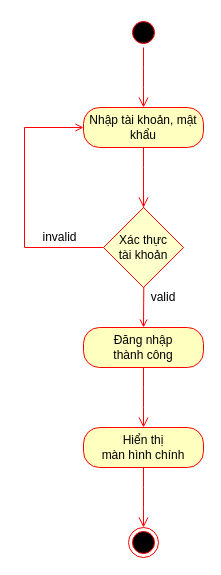
LocalHost127000/OODA keeps this draw.io diagram as page "Đăng nhập" (1 of 3) of PJ 2B Activity Diagram.drawio. Above is the earlier version. Source tidied: cells renumbered, new cells numbered last; positions are measured from the earlier drawing's top-left corner, leaving out a move shared by most shapes. Both pictures are drawn from the tidied source at 100%, with x=0, y=0 at pixel (24, 17).
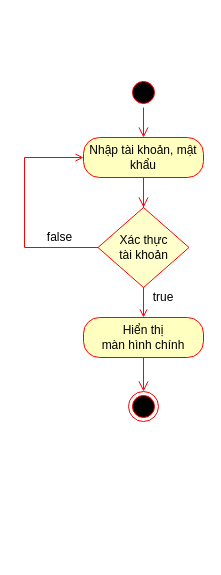
Above is the later version.

The edit, as a diff of the source:
```diff
@@
     <mxCell id="2" style="ellipse;html=1;shape=startState;fillColor=#000000;strokeColor=#ff0000;" parent="1" vertex="1">
-      <mxGeometry x="104" width="30" height="30" as="geometry" />
+      <mxGeometry x="104" y="60" width="30" height="30" as="geometry" />
     </mxCell>
-    <mxCell id="3" style="edgeStyle=orthogonalEdgeStyle;html=1;verticalAlign=bottom;endArrow=open;endSize=8;strokeColor=#ff0000;" parent="1" edge="1" source="2">
-      <mxGeometry relative="1" as="geometry">
-        <mxPoint x="119" y="90" as="targetPoint" />
-      </mxGeometry>
+    <mxCell id="3" style="edgeStyle=orthogonalEdgeStyle;html=1;verticalAlign=bottom;endArrow=open;endSize=8;strokeColor=#ff0000;entryX=0.5;entryY=0;entryDx=0;entryDy=0;" parent="1" edge="1" source="2" target="4">
+      <mxGeometry relative="1" as="geometry" />
     </mxCell>
     <mxCell id="4" value="Nhập tài khoản, mật khẩu" style="rounded=1;whiteSpace=wrap;html=1;arcSize=40;fontColor=#000000;fillColor=#ffffc0;strokeColor=#ff0000;" parent="1" vertex="1">
-      <mxGeometry x="59" y="90" width="120" height="40" as="geometry" />
+      <mxGeometry x="59" y="120" width="120" height="40" as="geometry" />
     </mxCell>
@@
-    <mxCell id="7" style="edgeStyle=orthogonalEdgeStyle;rounded=0;jettySize=auto;html=1;endArrow=open;endFill=0;strokeColor=#FF0000;" parent="1" edge="1" target="10">
+    <mxCell id="7" style="edgeStyle=orthogonalEdgeStyle;rounded=0;orthogonalLoop=1;jettySize=auto;html=1;endArrow=open;endFill=0;strokeColor=#FF0000;" parent="1" edge="1">
       <mxGeometry relative="1" as="geometry">
         <mxPoint x="119" y="170" as="sourcePoint" />
+        <mxPoint x="119" y="300" as="targetPoint" />
       </mxGeometry>
     </mxCell>
     <mxCell id="8" value="&lt;div&gt;Xác thực&lt;/div&gt;&lt;div&gt;tài khoản&lt;/div&gt;" style="rhombus;whiteSpace=wrap;html=1;strokeColor=#FF0000;fillColor=#FFFFCC;" parent="1" vertex="1">
-      <mxGeometry x="79" y="190" width="80" height="80" as="geometry" />
+      <mxGeometry x="73.5" y="190" width="91" height="80" as="geometry" />
     </mxCell>
-    <mxCell id="9" value="invalid" style="text;html=1;strokeColor=none;fillColor=none;align=center;verticalAlign=middle;whiteSpace=wrap;rounded=0;" parent="1" vertex="1">
+    <mxCell id="9" value="false" style="text;html=1;strokeColor=none;fillColor=none;align=center;verticalAlign=middle;whiteSpace=wrap;rounded=0;" parent="1" vertex="1">
       <mxGeometry y="210" width="71" height="20" as="geometry" />
     </mxCell>
-    <mxCell id="10" value="&lt;div&gt;Đăng nhập&lt;/div&gt;&lt;div&gt;thành công&lt;/div&gt;" style="rounded=1;whiteSpace=wrap;html=1;arcSize=40;fontColor=#000000;fillColor=#ffffc0;strokeColor=#ff0000;" parent="1" vertex="1">
-      <mxGeometry x="59" y="310" width="120" height="40" as="geometry" />
-    </mxCell>
-    <mxCell id="11" style="edgeStyle=orthogonalEdgeStyle;html=1;verticalAlign=bottom;endArrow=open;endSize=8;strokeColor=#ff0000;" parent="1" edge="1" source="10">
-      <mxGeometry relative="1" as="geometry">
-        <mxPoint x="119" y="410" as="targetPoint" />
-      </mxGeometry>
-    </mxCell>
-    <mxCell id="12" value="valid" style="text;html=1;strokeColor=none;fillColor=none;align=center;verticalAlign=middle;whiteSpace=wrap;rounded=0;" parent="1" vertex="1">
+    <mxCell id="12" value="true" style="text;html=1;strokeColor=none;fillColor=none;align=center;verticalAlign=middle;whiteSpace=wrap;rounded=0;" parent="1" vertex="1">
       <mxGeometry x="119" y="270" width="40" height="20" as="geometry" />
     </mxCell>
     <mxCell id="13" value="&lt;div&gt;Hiển thị&lt;/div&gt;&lt;div&gt;màn hình chính&lt;/div&gt;" style="rounded=1;whiteSpace=wrap;html=1;arcSize=40;fontColor=#000000;fillColor=#ffffc0;strokeColor=#ff0000;" parent="1" vertex="1">
-      <mxGeometry x="59" y="410" width="120" height="40" as="geometry" />
+      <mxGeometry x="59" y="300" width="120" height="40" as="geometry" />
     </mxCell>
-    <mxCell id="14" style="edgeStyle=orthogonalEdgeStyle;html=1;verticalAlign=bottom;endArrow=open;endSize=8;strokeColor=#ff0000;" parent="1" edge="1" source="13">
-      <mxGeometry relative="1" as="geometry">
-        <mxPoint x="119" y="510" as="targetPoint" />
-      </mxGeometry>
+    <mxCell id="14" style="edgeStyle=orthogonalEdgeStyle;html=1;verticalAlign=bottom;endArrow=open;endSize=8;strokeColor=#ff0000;entryX=0.5;entryY=0;entryDx=0;entryDy=0;" parent="1" edge="1" source="13" target="15">
+      <mxGeometry relative="1" as="geometry" />
     </mxCell>
     <mxCell id="15" style="ellipse;html=1;shape=endState;fillColor=#000000;strokeColor=#ff0000;" parent="1" vertex="1">
-      <mxGeometry x="104" y="510" width="30" height="30" as="geometry" />
+      <mxGeometry x="104" y="374" width="30" height="30" as="geometry" />
     </mxCell>
```
